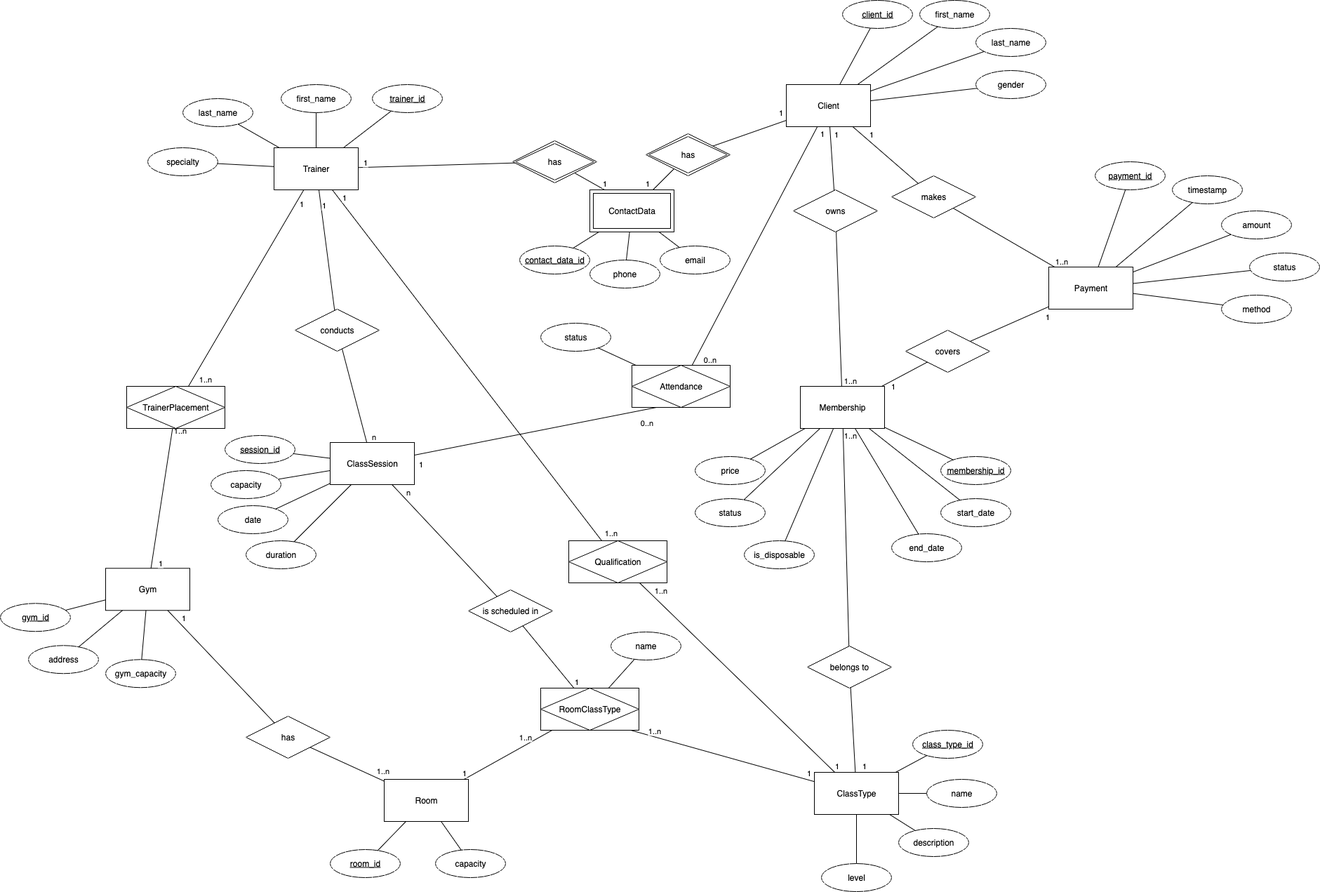
This is diagrams/chen/chen-diagram.drawio.png from AnnKuts/PeremohaSports, a draw.io export, as it was before one commit. Source tidied: cells renumbered, new cells last; positions are measured from the earlier drawing's top-left corner, leaving out a move shared by most shapes.
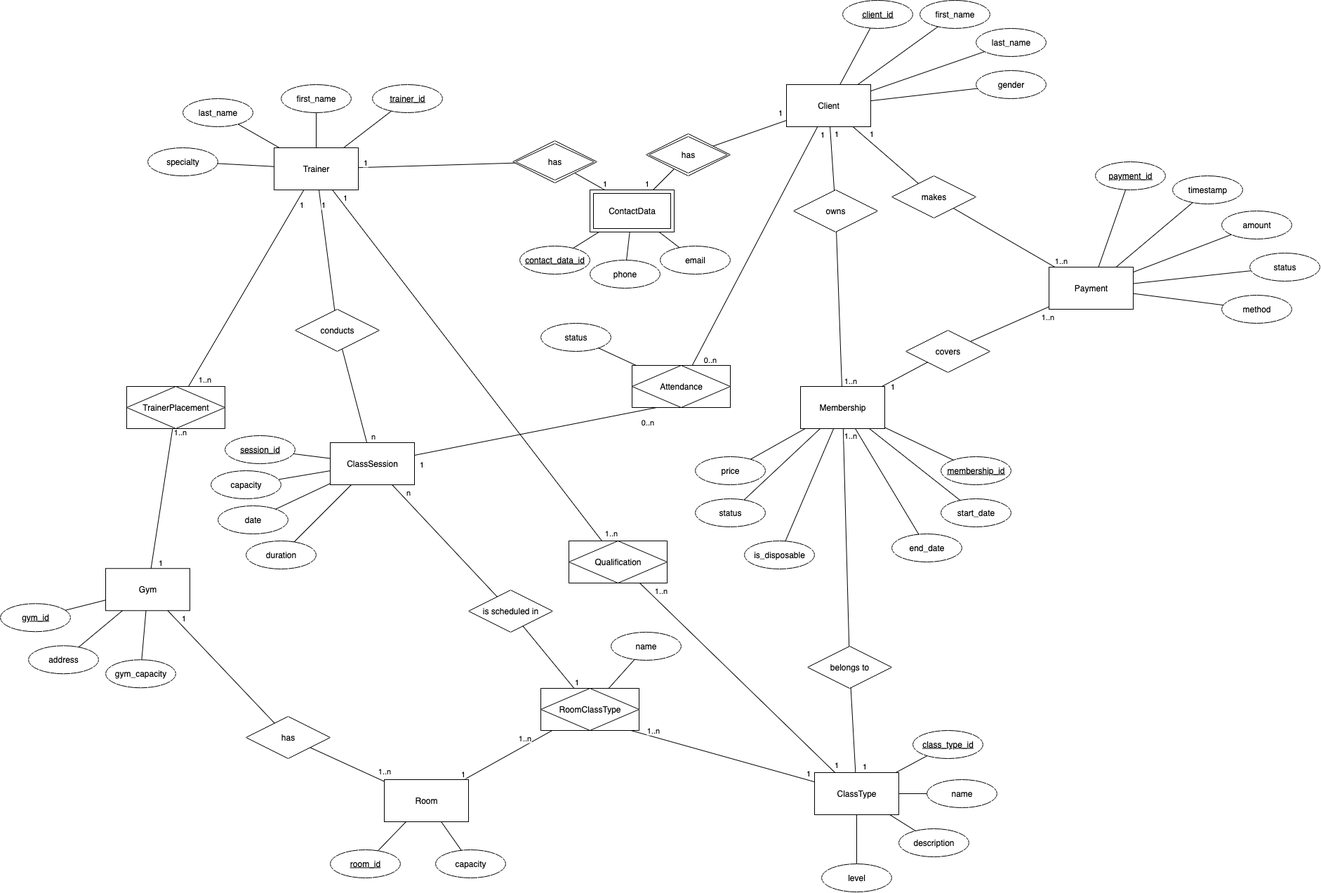
After the commit.

Commit message:
fix: update relationships in chen and crowsfoot diagrams

Change to the diagram source:
```diff
@@ -104,7 +104,7 @@
     <mxCell id="29" style="endArrow=none;html=1;rounded=0;" parent="1" edge="1" source="28" target="4">
       <mxGeometry relative="1" as="geometry" />
     </mxCell>
-    <mxCell id="30" value="1" style="edgeLabel;html=1;align=center;verticalAlign=middle;" parent="29" vertex="1">
+    <mxCell id="30" value="1..n" style="edgeLabel;html=1;align=center;verticalAlign=middle;" parent="29" vertex="1">
       <mxGeometry x="0.72" y="-2" relative="1" as="geometry">
         <mxPoint x="11" y="5" as="offset" />
       </mxGeometry>
```
